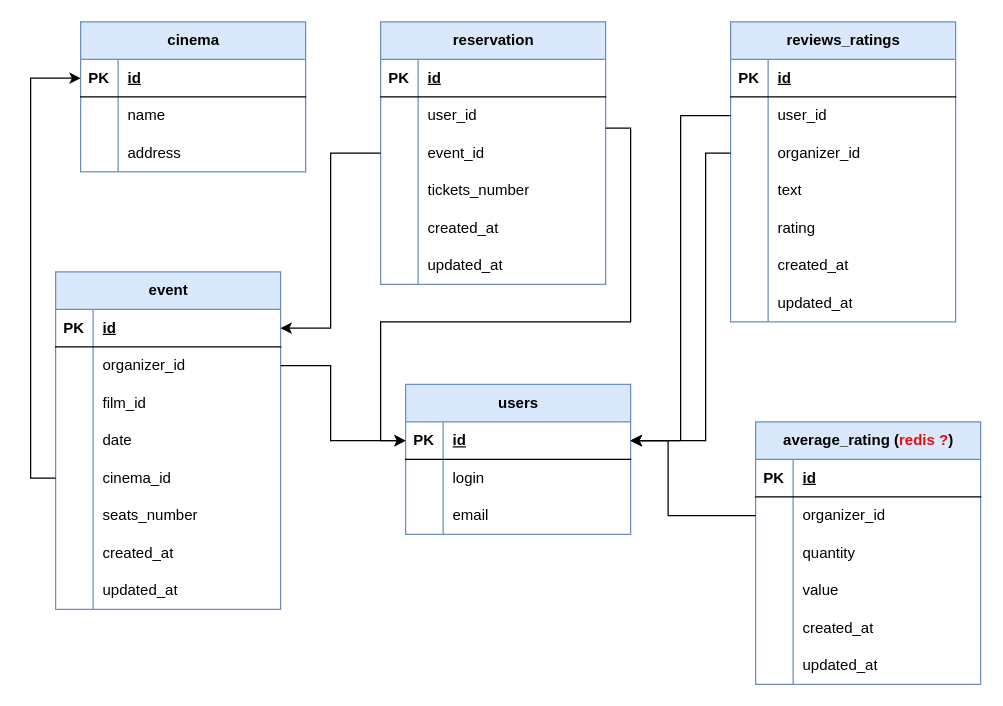
Petrovamvl/data_1 keeps this draw.io diagram as files/Диаграмма без названия.drawio. Above is the earlier version. Source tidied: cells renumbered, new cells numbered last; positions are measured from the earlier drawing's top-left corner, leaving out a move shared by most shapes. Both pictures are drawn from the tidied source at 125%, with x=0, y=0 at pixel (30, 21).
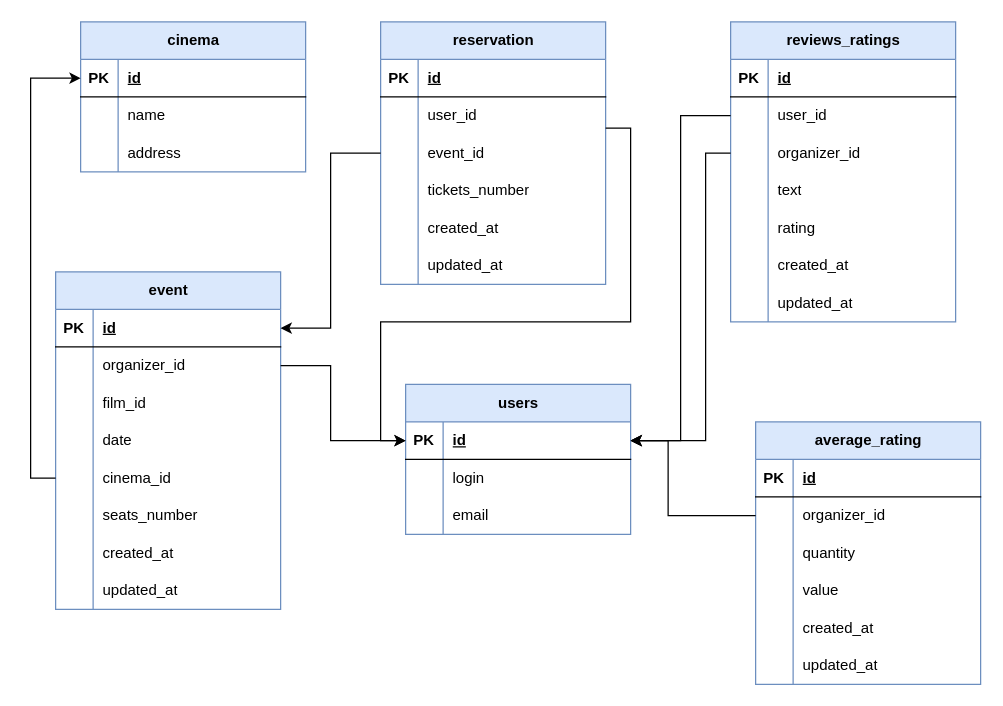
Above is the later version.

What changed in the source:
```diff
@@
-    <mxCell id="78" value="average_rating (&lt;font color=&quot;#eb0a0a&quot;&gt;redis ?&lt;/font&gt;)" style="shape=table;startSize=30;childLayout=tableLayout;rowLines=0;fontStyle=1;align=center;html=1;fillColor=#dae8fc;strokeColor=#6c8ebf;" parent="1" vertex="1">
+    <mxCell id="78" value="average_rating" style="shape=table;startSize=30;childLayout=tableLayout;rowLines=0;fontStyle=1;align=center;html=1;fillColor=#dae8fc;strokeColor=#6c8ebf;" parent="1" vertex="1">
       <mxGeometry x="580" y="320" width="180" height="210" as="geometry" />
     </mxCell>
```
